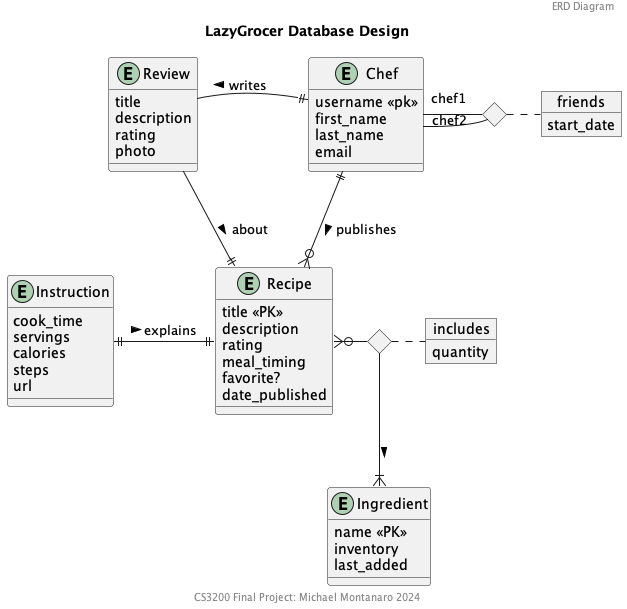
montymi/LazyGrocer keeps this PlantUML diagram as docs/diagrams/LazyGrozerERDdiagram.png. Above is the earlier version. The source it was exported from:
```plantuml
@startuml LazyGrozerERDdiagram

header ERD Diagram
title LazyGrocer Database Design
footer CS3200 Final Project: Michael Montanaro 2024

entity Recipe {
    title <<PK>>
    description
    rating
    meal_timing
    favorite?
    date_published
}

entity Instruction {
    cook_time
    servings
    calories
    steps
    url
}

entity Ingredient {
    name <<PK>>
    inventory
    last_added
}

entity Chef {
    username <<pk>>
    first_name
    last_name
    email
}

object includes {
    quantity
}
diamond DIncludes

object friends {
    start_date
}
diamond DFriends

entity Review {
    title
    description
    rating
    photo
}

Recipe }o- DIncludes
DIncludes --|{ Ingredient: >
DIncludes . includes
Chef ||--o{ Recipe: publishes >
Chef "chef2" - DFriends
DFriends - "chef1" Chef
DFriends . friends
Review -|| Chef: writes <
Review --|| Recipe: about >
Instruction ||-|| Recipe: explains >

@enduml
```
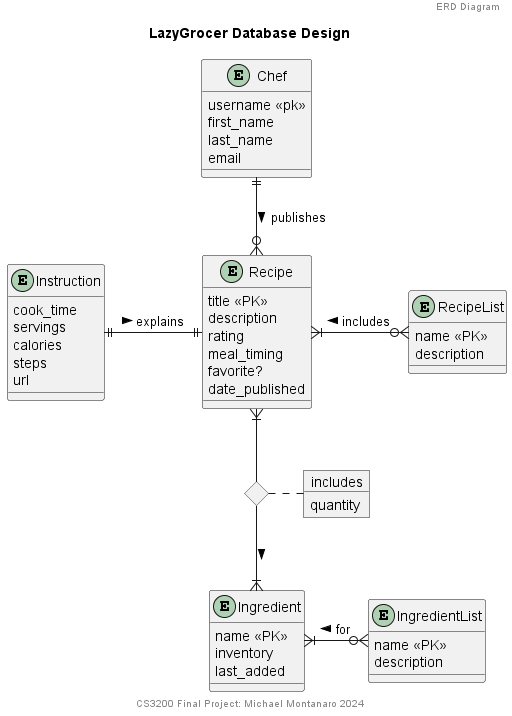
After the commit.

The edit, as a diff of the source:
```diff
@@ -11,6 +11,11 @@
     meal_timing
     favorite?
     date_published
+}
+
+entity RecipeList {
+    name <<PK>>
+    description
 }
 
 entity Instruction {
@@ -27,6 +32,11 @@
     last_added
 }
 
+entity IngredientList {
+    name <<PK>>
+    description
+}
+
 entity Chef {
     username <<pk>>
     first_name
@@ -39,27 +49,12 @@
 }
 diamond DIncludes
 
-object friends {
-    start_date
-}
-diamond DFriends
-
-entity Review {
-    title
-    description
-    rating
-    photo
-}
-
-Recipe }o- DIncludes
+Recipe }|-- DIncludes
 DIncludes --|{ Ingredient: >
 DIncludes . includes
+Recipe }|-o{ RecipeList: includes <
+Ingredient }|-o{ IngredientList: for <
 Chef ||--o{ Recipe: publishes >
-Chef "chef2" - DFriends
-DFriends - "chef1" Chef
-DFriends . friends
-Review -|| Chef: writes <
-Review --|| Recipe: about >
 Instruction ||-|| Recipe: explains >
 
 @enduml
```
